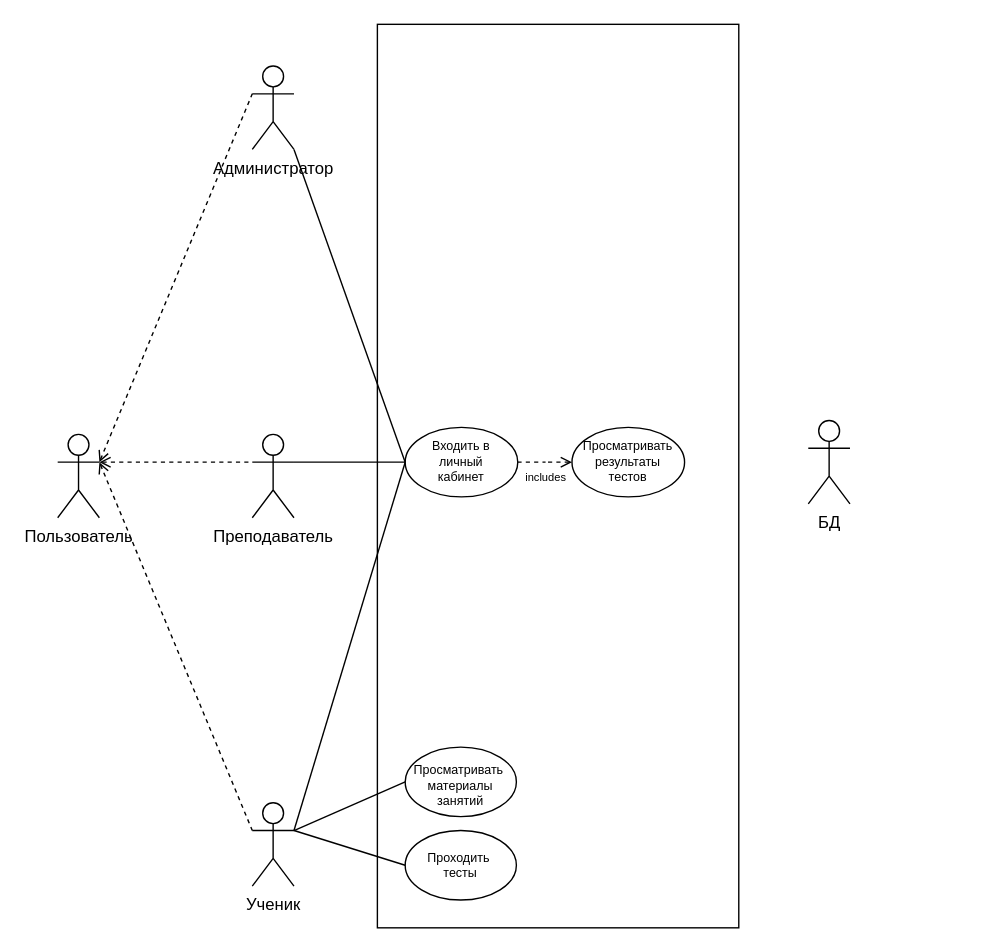
This is Use case diagramm.drawio from JSamuraiL/drawio, a draw.io file, before an edit. Source tidied: cells renumbered, new cells numbered last; positions are measured from the earlier drawing's top-left corner, leaving out a move shared by most shapes. Both pictures are drawn from the tidied source at 139%, with x=0, y=0 at pixel (57, 24).
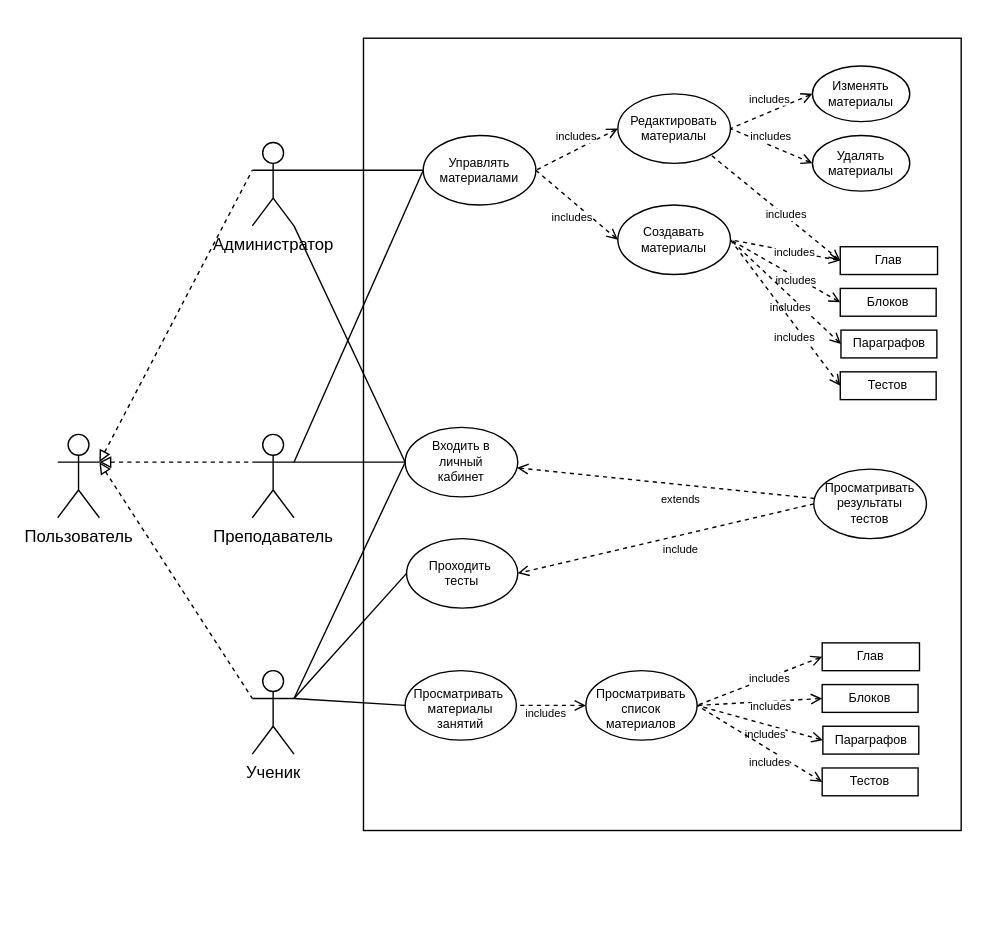
Above is the later version.

Unchanged cells that the change refers to:
```xml
<mxCell id="3" value="Пользователь" style="shape=umlActor;verticalLabelPosition=bottom;verticalAlign=top;html=1;outlineConnect=0;" parent="1" vertex="1">
  <mxGeometry y="295" width="30" height="60" as="geometry" />
</mxCell>
<mxCell id="8" value="Преподаватель" style="shape=umlActor;verticalLabelPosition=bottom;verticalAlign=top;html=1;outlineConnect=0;" parent="1" vertex="1">
  <mxGeometry x="140" y="295" width="30" height="60" as="geometry" />
</mxCell>
<mxCell id="15" value="Входить в&lt;br&gt;личный &lt;br&gt;кабинет" style="ellipse;whiteSpace=wrap;html=1;fontSize=9;" parent="1" vertex="1">
  <mxGeometry x="250" y="290" width="81" height="50" as="geometry" />
</mxCell>
```

Change to the diagram source:
```diff
@@
     <mxCell id="2" style="rounded=0;whiteSpace=wrap;html=1;" parent="1" vertex="1">
-      <mxGeometry x="230" width="260" height="650" as="geometry" />
+      <mxGeometry x="220" y="10" width="430" height="570" as="geometry" />
     </mxCell>
@@
-    <mxCell id="4" value="БД" style="shape=umlActor;verticalLabelPosition=bottom;verticalAlign=top;html=1;" parent="1" vertex="1">
-      <mxGeometry x="540" y="285" width="30" height="60" as="geometry" />
-    </mxCell>
     <mxCell id="5" value="Просматривать&amp;nbsp;&lt;br&gt;материалы&lt;br&gt;занятий" style="ellipse;whiteSpace=wrap;html=1;fontSize=9;align=center;spacing=2;spacingTop=5;" parent="1" vertex="1">
-      <mxGeometry x="250" y="520" width="80" height="50" as="geometry" />
+      <mxGeometry x="250" y="465" width="80" height="50" as="geometry" />
     </mxCell>
     <mxCell id="6" value="Администратор" style="shape=umlActor;verticalLabelPosition=bottom;verticalAlign=top;html=1;outlineConnect=0;" parent="1" vertex="1">
-      <mxGeometry x="140" y="30" width="30" height="60" as="geometry" />
+      <mxGeometry x="140" y="85" width="30" height="60" as="geometry" />
     </mxCell>
-    <mxCell id="7" style="endArrow=none;dashed=1;html=1;rounded=0;exitX=1;exitY=0.3333333333333333;exitDx=0;exitDy=0;exitPerimeter=0;entryX=0;entryY=0.3333333333333333;entryDx=0;entryDy=0;entryPerimeter=0;startArrow=open;startFill=0;" parent="1" edge="1" source="3" target="6">
+    <mxCell id="7" style="endArrow=none;dashed=1;html=1;rounded=0;exitX=1;exitY=0.3333333333333333;exitDx=0;exitDy=0;exitPerimeter=0;entryX=0;entryY=0.3333333333333333;entryDx=0;entryDy=0;entryPerimeter=0;startArrow=block;startFill=0;strokeColor=default;align=center;verticalAlign=middle;fontFamily=Helvetica;fontSize=11;fontColor=default;labelBackgroundColor=default;" parent="1" edge="1" source="3" target="6">
       <mxGeometry relative="1" as="geometry" />
     </mxCell>
@@
     <mxCell id="9" value="Ученик" style="shape=umlActor;verticalLabelPosition=bottom;verticalAlign=top;html=1;outlineConnect=0;" parent="1" vertex="1">
-      <mxGeometry x="140" y="560" width="30" height="60" as="geometry" />
+      <mxGeometry x="140" y="465" width="30" height="60" as="geometry" />
     </mxCell>
-    <mxCell id="10" style="endArrow=none;dashed=1;html=1;rounded=0;entryX=0;entryY=0.3333333333333333;entryDx=0;entryDy=0;entryPerimeter=0;startArrow=open;startFill=0;exitX=1;exitY=0.3333333333333333;exitDx=0;exitDy=0;exitPerimeter=0;" parent="1" edge="1" source="3" target="8">
+    <mxCell id="10" style="endArrow=none;dashed=1;html=1;rounded=0;entryX=0;entryY=0.3333333333333333;entryDx=0;entryDy=0;entryPerimeter=0;startArrow=block;startFill=0;exitX=1;exitY=0.3333333333333333;exitDx=0;exitDy=0;exitPerimeter=0;strokeColor=default;align=center;verticalAlign=middle;fontFamily=Helvetica;fontSize=11;fontColor=default;labelBackgroundColor=default;" parent="1" edge="1" source="3" target="8">
       <mxGeometry relative="1" as="geometry" />
     </mxCell>
-    <mxCell id="11" style="endArrow=none;dashed=1;html=1;rounded=0;entryX=0;entryY=0.3333333333333333;entryDx=0;entryDy=0;entryPerimeter=0;startArrow=open;startFill=0;exitX=1;exitY=0.3333333333333333;exitDx=0;exitDy=0;exitPerimeter=0;" parent="1" edge="1" source="3" target="9">
+    <mxCell id="11" style="endArrow=none;dashed=1;html=1;rounded=0;entryX=0;entryY=0.3333333333333333;entryDx=0;entryDy=0;entryPerimeter=0;startArrow=block;startFill=0;exitX=1;exitY=0.3333333333333333;exitDx=0;exitDy=0;exitPerimeter=0;" parent="1" edge="1" source="3" target="9">
       <mxGeometry relative="1" as="geometry" />
     </mxCell>
@@
     <mxCell id="13" value="Проходить&amp;nbsp;&lt;br&gt;тесты" style="ellipse;whiteSpace=wrap;html=1;fontSize=9;" parent="1" vertex="1">
-      <mxGeometry x="250" y="580" width="80" height="50" as="geometry" />
+      <mxGeometry x="251" y="370" width="80" height="50" as="geometry" />
     </mxCell>
@@
-    <mxCell id="19" style="edgeStyle=orthogonalEdgeStyle;rounded=0;jettySize=auto;dashed=1;html=1;endArrow=none;startFill=0;startArrow=open;" parent="1" edge="1" source="21" target="15">
+    <mxCell id="19" style="rounded=0;jettySize=auto;dashed=1;html=1;endArrow=open;startFill=0;startArrow=none;endFill=0;" parent="1" edge="1" source="21" target="15">
       <mxGeometry relative="1" as="geometry" />
     </mxCell>
-    <mxCell id="20" value="includes" style="edgeLabel;html=1;align=center;verticalAlign=middle;fontSize=8;" parent="19" vertex="1">
+    <mxCell id="20" value="extends" style="edgeLabel;html=1;align=center;verticalAlign=middle;fontSize=8;" parent="19" vertex="1">
       <mxGeometry x="-0.11" y="-1" relative="1" as="geometry">
         <mxPoint x="-2" y="11" as="offset" />
       </mxGeometry>
     </mxCell>
     <mxCell id="21" value="Просматривать&lt;br&gt;результаты&lt;br&gt;тестов" style="ellipse;whiteSpace=wrap;html=1;fontSize=9;" parent="1" vertex="1">
-      <mxGeometry x="370" y="290" width="81" height="50" as="geometry" />
+      <mxGeometry x="544" y="320" width="81" height="50" as="geometry" />
     </mxCell>
+    <mxCell id="22" value="Просматривать&lt;br&gt;список&lt;br&gt;материалов" style="ellipse;whiteSpace=wrap;html=1;fontSize=9;align=center;spacing=2;spacingTop=5;" parent="1" vertex="1">
+      <mxGeometry x="380" y="465" width="80" height="50" as="geometry" />
+    </mxCell>
+    <mxCell id="23" value="Глав" style="rounded=0;whiteSpace=wrap;html=1;strokeColor=default;align=center;verticalAlign=middle;spacingTop=0;spacing=2;fontFamily=Helvetica;fontSize=9;fontColor=default;fillColor=default;" parent="1" vertex="1">
+      <mxGeometry x="550" y="445" width="70" height="20" as="geometry" />
+    </mxCell>
+    <mxCell id="24" value="Блоков" style="rounded=0;whiteSpace=wrap;html=1;strokeColor=default;align=center;verticalAlign=middle;spacingTop=0;spacing=2;fontFamily=Helvetica;fontSize=9;fontColor=default;fillColor=default;" parent="1" vertex="1">
+      <mxGeometry x="550" y="475" width="69" height="20" as="geometry" />
+    </mxCell>
+    <mxCell id="25" value="Параграфов" style="rounded=0;whiteSpace=wrap;html=1;strokeColor=default;align=center;verticalAlign=middle;spacingTop=0;spacing=2;fontFamily=Helvetica;fontSize=9;fontColor=default;fillColor=default;" parent="1" vertex="1">
+      <mxGeometry x="550.5" y="505" width="69" height="20" as="geometry" />
+    </mxCell>
+    <mxCell id="26" value="Тестов" style="rounded=0;whiteSpace=wrap;html=1;strokeColor=default;align=center;verticalAlign=middle;spacingTop=0;spacing=2;fontFamily=Helvetica;fontSize=9;fontColor=default;fillColor=default;" parent="1" vertex="1">
+      <mxGeometry x="550" y="535" width="69" height="20" as="geometry" />
+    </mxCell>
+    <mxCell id="27" style="rounded=0;jettySize=auto;dashed=1;html=1;endArrow=none;startFill=0;startArrow=open;exitX=0;exitY=0.5;exitDx=0;exitDy=0;entryX=1;entryY=0.5;entryDx=0;entryDy=0;" parent="1" edge="1" source="23" target="22">
+      <mxGeometry relative="1" as="geometry" />
+    </mxCell>
+    <mxCell id="28" value="includes" style="edgeLabel;html=1;align=center;verticalAlign=middle;fontSize=8;" parent="27" vertex="1">
+      <mxGeometry x="-0.11" y="-1" relative="1" as="geometry">
+        <mxPoint x="2" y="1" as="offset" />
+      </mxGeometry>
+    </mxCell>
+    <mxCell id="29" style="rounded=0;jettySize=auto;dashed=1;html=1;endArrow=none;startFill=0;startArrow=open;exitX=0;exitY=0.5;exitDx=0;exitDy=0;entryX=1;entryY=0.5;entryDx=0;entryDy=0;" parent="1" edge="1" source="24" target="22">
+      <mxGeometry relative="1" as="geometry" />
+    </mxCell>
+    <mxCell id="30" value="includes" style="edgeLabel;html=1;align=center;verticalAlign=middle;fontSize=8;" parent="29" vertex="1">
+      <mxGeometry x="-0.11" y="-1" relative="1" as="geometry">
+        <mxPoint x="2" y="4" as="offset" />
+      </mxGeometry>
+    </mxCell>
+    <mxCell id="31" style="rounded=0;jettySize=auto;dashed=1;html=1;endArrow=none;startFill=0;startArrow=open;exitX=0;exitY=0.5;exitDx=0;exitDy=0;entryX=1;entryY=0.5;entryDx=0;entryDy=0;" parent="1" edge="1" source="25" target="22">
+      <mxGeometry relative="1" as="geometry" />
+    </mxCell>
+    <mxCell id="32" value="includes" style="edgeLabel;html=1;align=center;verticalAlign=middle;fontSize=8;" parent="31" vertex="1">
+      <mxGeometry x="-0.11" y="-1" relative="1" as="geometry">
+        <mxPoint x="-2" y="8" as="offset" />
+      </mxGeometry>
+    </mxCell>
+    <mxCell id="33" style="rounded=0;jettySize=auto;dashed=1;html=1;endArrow=none;startFill=0;startArrow=open;exitX=0;exitY=0.5;exitDx=0;exitDy=0;entryX=1;entryY=0.5;entryDx=0;entryDy=0;" parent="1" edge="1" source="26" target="22">
+      <mxGeometry relative="1" as="geometry" />
+    </mxCell>
+    <mxCell id="34" value="includes" style="edgeLabel;html=1;align=center;verticalAlign=middle;fontSize=8;" parent="33" vertex="1">
+      <mxGeometry x="-0.11" y="-1" relative="1" as="geometry">
+        <mxPoint x="1" y="11" as="offset" />
+      </mxGeometry>
+    </mxCell>
+    <mxCell id="35" style="rounded=0;jettySize=auto;dashed=1;html=1;endArrow=none;startFill=0;startArrow=open;exitX=0;exitY=0.5;exitDx=0;exitDy=0;entryX=1;entryY=0.5;entryDx=0;entryDy=0;" parent="1" edge="1" source="22" target="5">
+      <mxGeometry relative="1" as="geometry" />
+    </mxCell>
+    <mxCell id="36" value="includes" style="edgeLabel;html=1;align=center;verticalAlign=middle;fontSize=8;" parent="35" vertex="1">
+      <mxGeometry x="-0.11" y="-1" relative="1" as="geometry">
+        <mxPoint x="-8" y="6" as="offset" />
+      </mxGeometry>
+    </mxCell>
+    <mxCell id="37" style="rounded=0;jettySize=auto;dashed=1;html=1;endArrow=open;startFill=0;startArrow=none;endFill=0;entryX=1;entryY=0.5;entryDx=0;entryDy=0;exitX=0;exitY=0.5;exitDx=0;exitDy=0;" parent="1" edge="1" source="21" target="13">
+      <mxGeometry relative="1" as="geometry" />
+    </mxCell>
+    <mxCell id="38" value="include" style="edgeLabel;html=1;align=center;verticalAlign=middle;fontSize=8;" parent="37" vertex="1">
+      <mxGeometry x="-0.11" y="-1" relative="1" as="geometry">
+        <mxPoint x="-2" y="11" as="offset" />
+      </mxGeometry>
+    </mxCell>
+    <mxCell id="39" value="Редактировать&lt;br&gt;материалы" style="ellipse;whiteSpace=wrap;html=1;fontSize=9;" parent="1" vertex="1">
+      <mxGeometry x="403" y="50" width="81" height="50" as="geometry" />
+    </mxCell>
+    <mxCell id="40" value="Создавать&lt;br&gt;материалы" style="ellipse;whiteSpace=wrap;html=1;fontSize=9;" parent="1" vertex="1">
+      <mxGeometry x="403" y="130" width="81" height="50" as="geometry" />
+    </mxCell>
+    <mxCell id="41" value="Изменять&lt;br&gt;материалы" style="ellipse;whiteSpace=wrap;html=1;fontSize=9;" parent="1" vertex="1">
+      <mxGeometry x="543" y="30" width="70" height="40" as="geometry" />
+    </mxCell>
+    <mxCell id="42" value="Удалять&lt;br&gt;материалы" style="ellipse;whiteSpace=wrap;html=1;fontSize=9;" parent="1" vertex="1">
+      <mxGeometry x="543" y="80" width="70" height="40" as="geometry" />
+    </mxCell>
+    <mxCell id="43" value="Управлять&lt;br&gt;материалами" style="ellipse;whiteSpace=wrap;html=1;fontSize=9;" parent="1" vertex="1">
+      <mxGeometry x="263" y="80" width="81" height="50" as="geometry" />
+    </mxCell>
+    <mxCell id="44" style="rounded=0;jettySize=auto;dashed=1;html=1;endArrow=none;startFill=0;startArrow=open;exitX=0;exitY=0.5;exitDx=0;exitDy=0;entryX=1;entryY=0.5;entryDx=0;entryDy=0;" parent="1" edge="1" source="39" target="43">
+      <mxGeometry relative="1" as="geometry" />
+    </mxCell>
+    <mxCell id="45" value="includes" style="edgeLabel;html=1;align=center;verticalAlign=middle;fontSize=8;" parent="44" vertex="1">
+      <mxGeometry x="-0.11" y="-1" relative="1" as="geometry">
+        <mxPoint x="-4" y="-7" as="offset" />
+      </mxGeometry>
+    </mxCell>
+    <mxCell id="46" style="endArrow=none;html=1;rounded=0;entryX=0;entryY=0.5;entryDx=0;entryDy=0;exitX=1;exitY=0.3333333333333333;exitDx=0;exitDy=0;exitPerimeter=0;" parent="1" edge="1" source="6" target="43">
+      <mxGeometry relative="1" as="geometry" />
+    </mxCell>
+    <mxCell id="47" style="rounded=0;jettySize=auto;dashed=1;html=1;endArrow=none;startFill=0;startArrow=open;exitX=0;exitY=0.5;exitDx=0;exitDy=0;entryX=1;entryY=0.5;entryDx=0;entryDy=0;" parent="1" edge="1" source="40" target="43">
+      <mxGeometry relative="1" as="geometry" />
+    </mxCell>
+    <mxCell id="48" value="includes" style="edgeLabel;html=1;align=center;verticalAlign=middle;fontSize=8;" parent="47" vertex="1">
+      <mxGeometry x="-0.11" y="-1" relative="1" as="geometry">
+        <mxPoint x="-8" y="6" as="offset" />
+      </mxGeometry>
+    </mxCell>
+    <mxCell id="49" style="rounded=0;jettySize=auto;dashed=1;html=1;endArrow=none;startFill=0;startArrow=open;exitX=0;exitY=0.5;exitDx=0;exitDy=0;entryX=1;entryY=0.5;entryDx=0;entryDy=0;" parent="1" edge="1" source="41" target="39">
+      <mxGeometry relative="1" as="geometry" />
+    </mxCell>
+    <mxCell id="50" value="includes" style="edgeLabel;html=1;align=center;verticalAlign=middle;fontSize=8;" parent="49" vertex="1">
+      <mxGeometry x="-0.11" y="-1" relative="1" as="geometry">
+        <mxPoint x="-4" y="-7" as="offset" />
+      </mxGeometry>
+    </mxCell>
+    <mxCell id="51" style="rounded=0;jettySize=auto;dashed=1;html=1;endArrow=none;startFill=0;startArrow=open;exitX=0;exitY=0.5;exitDx=0;exitDy=0;entryX=1;entryY=0.5;entryDx=0;entryDy=0;" parent="1" edge="1" source="42" target="39">
+      <mxGeometry relative="1" as="geometry" />
+    </mxCell>
+    <mxCell id="52" value="includes" style="edgeLabel;html=1;align=center;verticalAlign=middle;fontSize=8;" parent="51" vertex="1">
+      <mxGeometry x="-0.11" y="-1" relative="1" as="geometry">
+        <mxPoint x="-4" y="-7" as="offset" />
+      </mxGeometry>
+    </mxCell>
+    <mxCell id="53" value="Глав" style="rounded=0;whiteSpace=wrap;html=1;strokeColor=default;align=center;verticalAlign=middle;spacingTop=0;spacing=2;fontFamily=Helvetica;fontSize=9;fontColor=default;fillColor=default;" parent="1" vertex="1">
+      <mxGeometry x="563" y="160" width="70" height="20" as="geometry" />
+    </mxCell>
+    <mxCell id="54" value="Блоков" style="rounded=0;whiteSpace=wrap;html=1;strokeColor=default;align=center;verticalAlign=middle;spacingTop=0;spacing=2;fontFamily=Helvetica;fontSize=9;fontColor=default;fillColor=default;" parent="1" vertex="1">
+      <mxGeometry x="563" y="190" width="69" height="20" as="geometry" />
+    </mxCell>
+    <mxCell id="55" value="Параграфов" style="rounded=0;whiteSpace=wrap;html=1;strokeColor=default;align=center;verticalAlign=middle;spacingTop=0;spacing=2;fontFamily=Helvetica;fontSize=9;fontColor=default;fillColor=default;" parent="1" vertex="1">
+      <mxGeometry x="563.5" y="220" width="69" height="20" as="geometry" />
+    </mxCell>
+    <mxCell id="56" value="Тестов" style="rounded=0;whiteSpace=wrap;html=1;strokeColor=default;align=center;verticalAlign=middle;spacingTop=0;spacing=2;fontFamily=Helvetica;fontSize=9;fontColor=default;fillColor=default;" parent="1" vertex="1">
+      <mxGeometry x="563" y="250" width="69" height="20" as="geometry" />
+    </mxCell>
+    <mxCell id="57" style="rounded=0;jettySize=auto;dashed=1;html=1;endArrow=none;startFill=0;startArrow=open;exitX=0;exitY=0.5;exitDx=0;exitDy=0;entryX=1;entryY=0.5;entryDx=0;entryDy=0;" parent="1" edge="1" source="53" target="40">
+      <mxGeometry relative="1" as="geometry" />
+    </mxCell>
+    <mxCell id="58" value="includes" style="edgeLabel;html=1;align=center;verticalAlign=middle;fontSize=8;" parent="57" vertex="1">
+      <mxGeometry x="-0.11" y="-1" relative="1" as="geometry">
+        <mxPoint x="2" y="1" as="offset" />
+      </mxGeometry>
+    </mxCell>
+    <mxCell id="59" style="rounded=0;jettySize=auto;dashed=1;html=1;endArrow=none;startFill=0;startArrow=open;exitX=0;exitY=0.5;exitDx=0;exitDy=0;entryX=1;entryY=0.5;entryDx=0;entryDy=0;" parent="1" edge="1" source="54" target="40">
+      <mxGeometry relative="1" as="geometry" />
+    </mxCell>
+    <mxCell id="60" value="includes" style="edgeLabel;html=1;align=center;verticalAlign=middle;fontSize=8;" parent="59" vertex="1">
+      <mxGeometry x="-0.11" y="-1" relative="1" as="geometry">
+        <mxPoint x="2" y="4" as="offset" />
+      </mxGeometry>
+    </mxCell>
+    <mxCell id="61" style="rounded=0;jettySize=auto;dashed=1;html=1;endArrow=none;startFill=0;startArrow=open;exitX=0;exitY=0.5;exitDx=0;exitDy=0;entryX=1;entryY=0.5;entryDx=0;entryDy=0;" parent="1" edge="1" source="55" target="40">
+      <mxGeometry relative="1" as="geometry" />
+    </mxCell>
+    <mxCell id="62" value="includes" style="edgeLabel;html=1;align=center;verticalAlign=middle;fontSize=8;" parent="61" vertex="1">
+      <mxGeometry x="-0.11" y="-1" relative="1" as="geometry">
+        <mxPoint x="-2" y="8" as="offset" />
+      </mxGeometry>
+    </mxCell>
+    <mxCell id="63" style="rounded=0;jettySize=auto;dashed=1;html=1;endArrow=none;startFill=0;startArrow=open;exitX=0;exitY=0.5;exitDx=0;exitDy=0;entryX=1;entryY=0.5;entryDx=0;entryDy=0;" parent="1" edge="1" source="56" target="40">
+      <mxGeometry relative="1" as="geometry" />
+    </mxCell>
+    <mxCell id="64" value="includes" style="edgeLabel;html=1;align=center;verticalAlign=middle;fontSize=8;" parent="63" vertex="1">
+      <mxGeometry x="-0.11" y="-1" relative="1" as="geometry">
+        <mxPoint x="1" y="11" as="offset" />
+      </mxGeometry>
+    </mxCell>
+    <mxCell id="65" style="rounded=0;jettySize=auto;dashed=1;html=1;endArrow=none;startFill=0;startArrow=open;exitX=0;exitY=0.5;exitDx=0;exitDy=0;entryX=0.821;entryY=0.872;entryDx=0;entryDy=0;entryPerimeter=0;" parent="1" edge="1" source="53" target="39">
+      <mxGeometry relative="1" as="geometry" />
+    </mxCell>
+    <mxCell id="66" value="includes" style="edgeLabel;html=1;align=center;verticalAlign=middle;fontSize=8;" parent="65" vertex="1">
+      <mxGeometry x="-0.11" y="-1" relative="1" as="geometry">
+        <mxPoint x="2" y="1" as="offset" />
+      </mxGeometry>
+    </mxCell>
+    <mxCell id="67" style="endArrow=none;html=1;rounded=0;exitX=1;exitY=0.3333333333333333;exitDx=0;exitDy=0;exitPerimeter=0;entryX=0;entryY=0.5;entryDx=0;entryDy=0;" parent="1" edge="1" source="8" target="43">
+      <mxGeometry relative="1" as="geometry" />
+    </mxCell>
```
